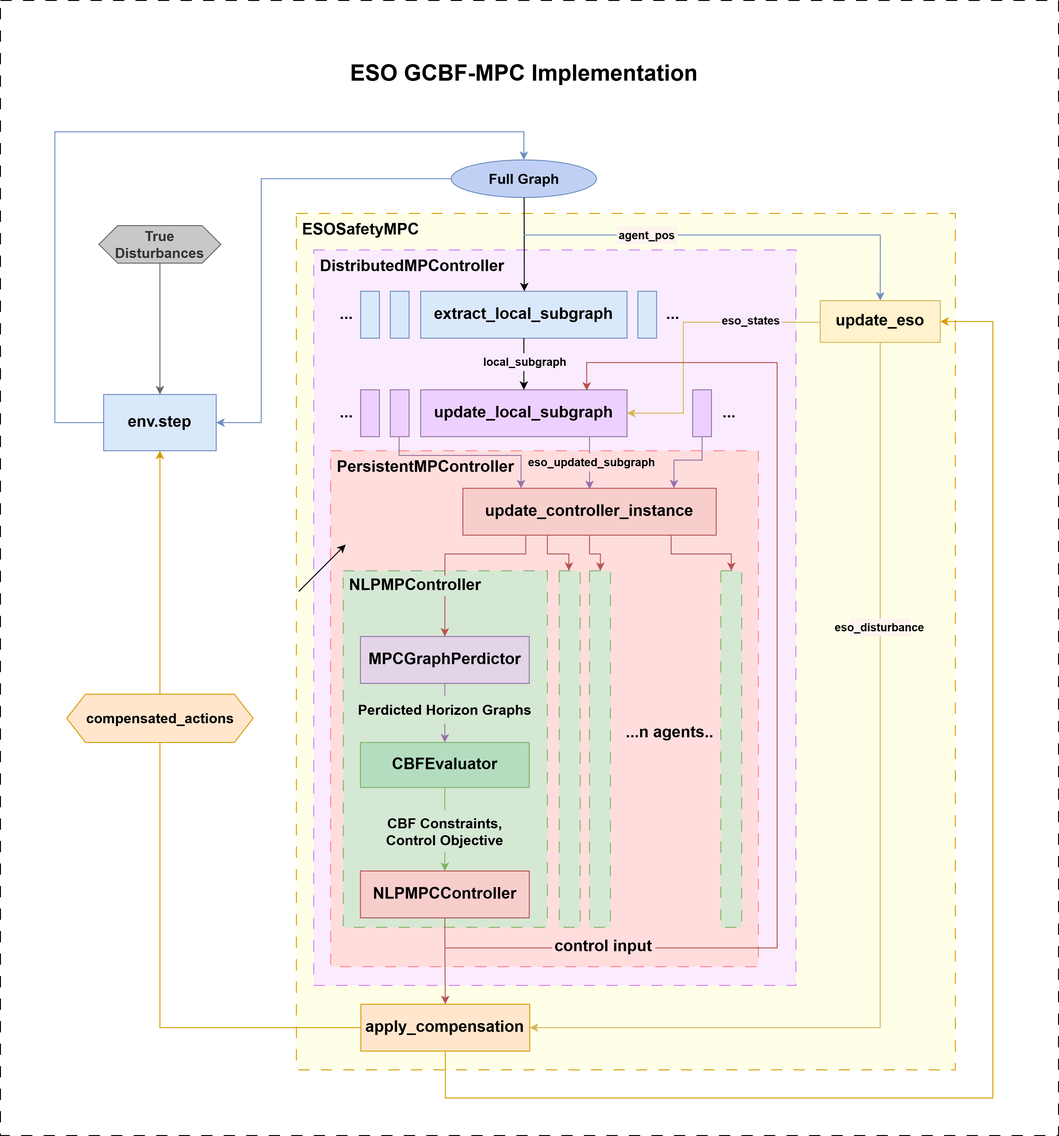
Before: media/ImplementationLayout.png, a diagram exported from draw.io (AtanIV/MAS_mpc_sim). Source tidied: cells renumbered, new cells last; positions are measured from the earlier drawing's top-left corner, leaving out a move shared by most shapes.
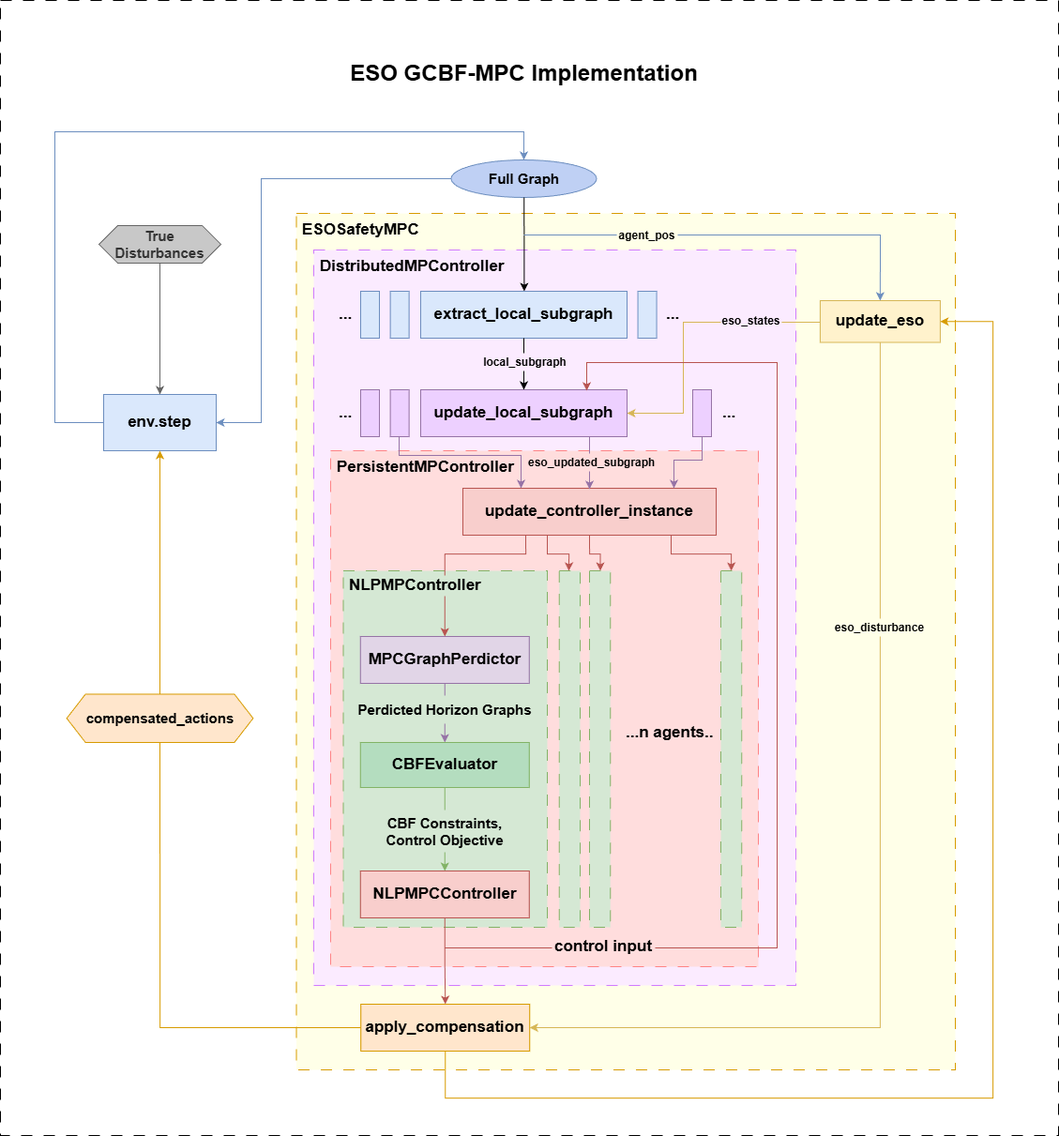
After the commit.

Commit message:
revised implementation layout flowchart

Diff of the diagram source:
```diff
@@ -60,13 +60,13 @@
         </Array>
       </mxGeometry>
     </mxCell>
-    <mxCell id="15" value="&lt;b&gt;agent_pos&lt;/b&gt;" style="rounded=0;whiteSpace=wrap;html=1;strokeColor=none;fillColor=light-dark(#fff3ee, #ededed);" parent="1" vertex="1">
+    <mxCell id="15" value="&lt;b&gt;agent_pos&lt;/b&gt;" style="rounded=0;whiteSpace=wrap;html=1;strokeColor=none;fillColor=light-dark(#FFFFE8,#EDEDED);" parent="1" vertex="1">
       <mxGeometry x="657.1" y="241" width="64.9" height="19" as="geometry" />
     </mxCell>
     <mxCell id="16" style="edgeStyle=orthogonalEdgeStyle;rounded=0;jettySize=auto;html=1;exitX=0.5;exitY=1;exitDx=0;exitDy=0;fillColor=#fff2cc;strokeColor=#d6b656;entryX=1;entryY=0.5;entryDx=0;entryDy=0;" parent="1" edge="1" source="13" target="59">
       <mxGeometry relative="1" as="geometry" />
     </mxCell>
-    <mxCell id="17" value="&lt;b&gt;eso_disturbance&lt;/b&gt;" style="rounded=0;whiteSpace=wrap;html=1;strokeColor=none;fillColor=light-dark(#fff3ee, #ededed);" parent="1" vertex="1">
+    <mxCell id="17" value="&lt;b&gt;eso_disturbance&lt;/b&gt;" style="rounded=0;whiteSpace=wrap;html=1;strokeColor=none;fillColor=light-dark(#FFFFE8,#EDEDED);" parent="1" vertex="1">
       <mxGeometry x="905.4" y="659" width="64.9" height="19" as="geometry" />
     </mxCell>
     <mxCell id="18" style="endArrow=classic;html=1;rounded=0;fillColor=#fff2cc;strokeColor=#d6b656;" parent="1" edge="1">
@@ -248,24 +248,6 @@
     <mxCell id="62" value="&lt;div align=&quot;center&quot;&gt;&lt;font style=&quot;font-size: 24px;&quot;&gt;&lt;b&gt;&lt;font&gt;ESO GCBF-MPC Implementation&lt;/font&gt;&lt;/b&gt;&lt;/font&gt;&lt;/div&gt;" style="text;whiteSpace=wrap;html=1;align=center;" parent="1" vertex="1">
       <mxGeometry x="361.8" y="57" width="392.5" height="30" as="geometry" />
     </mxCell>
-    <mxCell id="63" style="endArrow=classic;html=1;rounded=0;" parent="1" edge="1">
-      <mxGeometry relative="1" as="geometry">
-        <mxPoint x="318" y="630" as="sourcePoint" />
-        <mxPoint x="368" y="580" as="targetPoint" />
-      </mxGeometry>
-    </mxCell>
-    <mxCell id="64" style="endArrow=classic;html=1;rounded=0;" parent="1" edge="1">
-      <mxGeometry relative="1" as="geometry">
-        <mxPoint x="318" y="630" as="sourcePoint" />
-        <mxPoint x="368" y="580" as="targetPoint" />
-      </mxGeometry>
-    </mxCell>
-    <mxCell id="65" style="endArrow=classic;html=1;rounded=0;" parent="1" edge="1">
-      <mxGeometry relative="1" as="geometry">
-        <mxPoint x="318" y="630" as="sourcePoint" />
-        <mxPoint x="368" y="580" as="targetPoint" />
-      </mxGeometry>
-    </mxCell>
     <mxCell id="66" style="endArrow=classic;html=1;rounded=0;fillColor=#e1d5e7;strokeColor=#9673a6;exitX=0.5;exitY=1;exitDx=0;exitDy=0;" parent="1" edge="1" source="52">
       <mxGeometry relative="1" as="geometry">
         <mxPoint x="718" y="520" as="targetPoint" />
```
